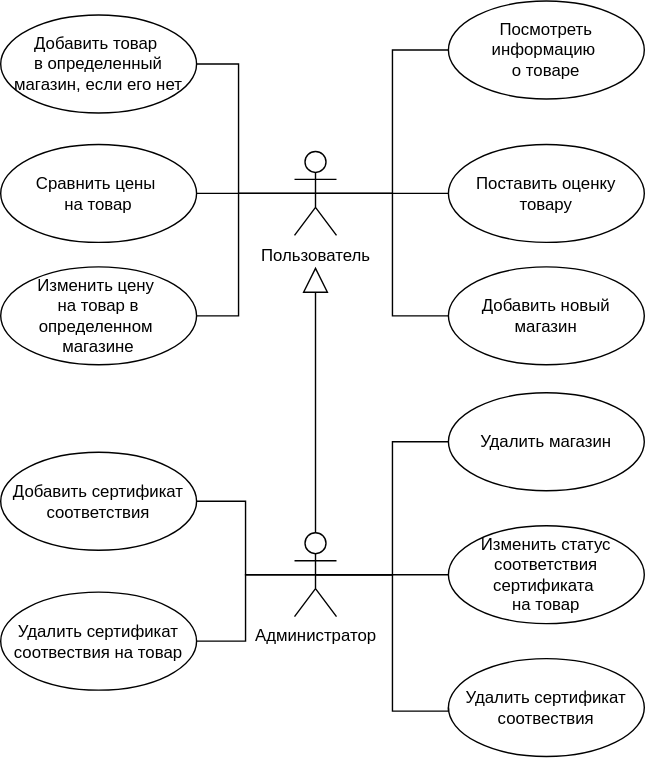
This is docs/coursework/inc/img/use-case-diag.drawio.svg from nikitalystsev/db_course, a draw.io export, as it was before one commit. Source tidied: cells renumbered, new cells last; positions are measured from the earlier drawing's top-left corner, leaving out a move shared by most shapes.
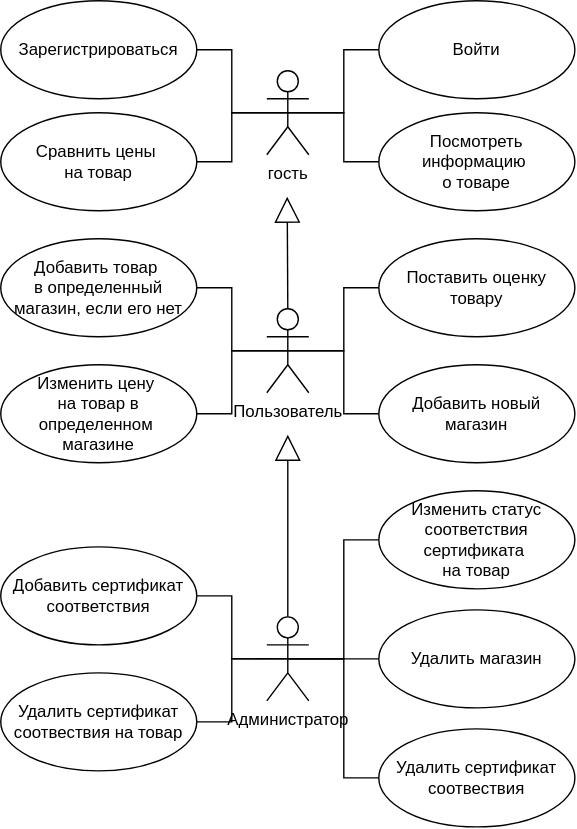
The same file after the commit.

Diff of the diagram source:
```diff
@@ -3,59 +3,40 @@
     <mxCell id="0" />
     <mxCell id="1" parent="0" />
     <mxCell id="2" value="Пользователь" style="shape=umlActor;verticalLabelPosition=bottom;verticalAlign=top;html=1;" parent="1" vertex="1">
-      <mxGeometry x="210" y="107.5" width="30" height="60" as="geometry" />
+      <mxGeometry x="210" y="20" width="30" height="60" as="geometry" />
     </mxCell>
     <mxCell id="3" value="Посмотреть информацию&amp;nbsp;&lt;div&gt;о товаре&lt;/div&gt;" style="ellipse;whiteSpace=wrap;html=1;" parent="1" vertex="1">
-      <mxGeometry x="320" width="140" height="70" as="geometry" />
+      <mxGeometry x="290" y="-120" width="140" height="70" as="geometry" />
     </mxCell>
     <mxCell id="4" value="Сравнить цены&amp;nbsp;&lt;div&gt;на товар&lt;/div&gt;" style="ellipse;whiteSpace=wrap;html=1;" parent="1" vertex="1">
-      <mxGeometry y="102.5" width="140" height="70" as="geometry" />
+      <mxGeometry x="20" y="-120" width="140" height="70" as="geometry" />
     </mxCell>
     <mxCell id="5" value="Поставить оценку&lt;div&gt;товару&lt;/div&gt;" style="ellipse;whiteSpace=wrap;html=1;" parent="1" vertex="1">
-      <mxGeometry x="320" y="102.5" width="140" height="70" as="geometry" />
+      <mxGeometry x="290" y="-30" width="140" height="70" as="geometry" />
     </mxCell>
-    <mxCell id="6" style="endArrow=none;html=1;rounded=0;entryX=1;entryY=0.5;entryDx=0;entryDy=0;exitX=0.5;exitY=0.5;exitDx=0;exitDy=0;exitPerimeter=0;edgeStyle=orthogonalEdgeStyle;" parent="1" edge="1" source="2" target="4">
-      <mxGeometry relative="1" as="geometry" />
-    </mxCell>
     <mxCell id="7" style="endArrow=none;html=1;rounded=0;entryX=0;entryY=0.5;entryDx=0;entryDy=0;exitX=0.5;exitY=0.5;exitDx=0;exitDy=0;exitPerimeter=0;edgeStyle=orthogonalEdgeStyle;" parent="1" edge="1" source="2" target="5">
       <mxGeometry relative="1" as="geometry" />
     </mxCell>
     <mxCell id="8" value="Изменить цену&amp;nbsp;&lt;div&gt;на товар в определенном&amp;nbsp;&lt;div&gt;магазине&lt;/div&gt;&lt;/div&gt;" style="ellipse;whiteSpace=wrap;html=1;" parent="1" vertex="1">
-      <mxGeometry y="190" width="140" height="70" as="geometry" />
+      <mxGeometry x="20" y="60" width="140" height="70" as="geometry" />
     </mxCell>
     <mxCell id="9" value="Добавить товар&amp;nbsp;&lt;div&gt;в определенный&lt;/div&gt;&lt;div&gt;магазин, если его нет&lt;/div&gt;" style="ellipse;whiteSpace=wrap;html=1;" parent="1" vertex="1">
-      <mxGeometry y="10" width="140" height="70" as="geometry" />
+      <mxGeometry x="20" y="-30" width="140" height="70" as="geometry" />
     </mxCell>
     <mxCell id="10" value="Добавить новый магазин" style="ellipse;whiteSpace=wrap;html=1;" parent="1" vertex="1">
-      <mxGeometry x="320" y="190" width="140" height="70" as="geometry" />
+      <mxGeometry x="290" y="60" width="140" height="70" as="geometry" />
     </mxCell>
-    <mxCell id="11" style="endArrow=none;html=1;rounded=0;entryX=1;entryY=0.5;entryDx=0;entryDy=0;exitX=0.5;exitY=0.5;exitDx=0;exitDy=0;exitPerimeter=0;edgeStyle=orthogonalEdgeStyle;" parent="1" edge="1" source="2" target="8">
-      <mxGeometry relative="1" as="geometry">
-        <Array as="points">
-          <mxPoint x="170" y="138" />
-          <mxPoint x="170" y="225" />
-        </Array>
-      </mxGeometry>
-    </mxCell>
-    <mxCell id="12" style="endArrow=none;html=1;rounded=0;entryX=1;entryY=0.5;entryDx=0;entryDy=0;exitX=0.5;exitY=0.5;exitDx=0;exitDy=0;exitPerimeter=0;edgeStyle=orthogonalEdgeStyle;" parent="1" edge="1" source="2" target="9">
-      <mxGeometry relative="1" as="geometry">
-        <Array as="points">
-          <mxPoint x="170" y="138" />
-          <mxPoint x="170" y="45" />
-        </Array>
-      </mxGeometry>
-    </mxCell>
     <mxCell id="13" value="Администратор" style="shape=umlActor;verticalLabelPosition=bottom;verticalAlign=top;html=1;" parent="1" vertex="1">
-      <mxGeometry x="210" y="380" width="30" height="60" as="geometry" />
+      <mxGeometry x="210" y="240" width="30" height="60" as="geometry" />
     </mxCell>
     <mxCell id="14" value="Добавить сертификат&lt;div&gt;соответствия&lt;/div&gt;" style="ellipse;whiteSpace=wrap;html=1;" parent="1" vertex="1">
-      <mxGeometry y="322.5" width="140" height="70" as="geometry" />
+      <mxGeometry x="20" y="190" width="140" height="70" as="geometry" />
     </mxCell>
     <mxCell id="15" value="&lt;div&gt;Удалить сертификат&lt;/div&gt;&lt;div&gt;соотвествия на товар&lt;/div&gt;" style="ellipse;whiteSpace=wrap;html=1;" parent="1" vertex="1">
-      <mxGeometry y="422.5" width="140" height="70" as="geometry" />
+      <mxGeometry x="20" y="280" width="140" height="70" as="geometry" />
     </mxCell>
     <mxCell id="16" value="Удалить магазин" style="ellipse;whiteSpace=wrap;html=1;" parent="1" vertex="1">
-      <mxGeometry x="320" y="280" width="140" height="70" as="geometry" />
+      <mxGeometry x="290" y="235" width="140" height="70" as="geometry" />
     </mxCell>
     <mxCell id="17" style="endArrow=none;html=1;rounded=0;entryX=1;entryY=0.5;entryDx=0;entryDy=0;exitX=0.5;exitY=0.5;exitDx=0;exitDy=0;exitPerimeter=0;edgeStyle=orthogonalEdgeStyle;" parent="1" edge="1" source="13" target="14">
       <mxGeometry relative="1" as="geometry" />
@@ -64,7 +45,7 @@
       <mxGeometry relative="1" as="geometry" />
     </mxCell>
     <mxCell id="19" value="Изменить статус соответствия сертификата&amp;nbsp;&lt;div&gt;на товар&lt;/div&gt;" style="ellipse;whiteSpace=wrap;html=1;" parent="1" vertex="1">
-      <mxGeometry x="320" y="375" width="140" height="70" as="geometry" />
+      <mxGeometry x="290" y="150" width="140" height="70" as="geometry" />
     </mxCell>
     <mxCell id="20" style="endArrow=none;html=1;rounded=0;entryX=0;entryY=0.5;entryDx=0;entryDy=0;exitX=0.5;exitY=0.5;exitDx=0;exitDy=0;exitPerimeter=0;edgeStyle=orthogonalEdgeStyle;" parent="1" edge="1" source="13" target="16">
       <mxGeometry relative="1" as="geometry" />
@@ -74,30 +55,49 @@
     </mxCell>
     <mxCell id="22" style="endArrow=block;endSize=16;endFill=0;html=1;rounded=0;exitX=0.5;exitY=0;exitDx=0;exitDy=0;exitPerimeter=0;" parent="1" edge="1" source="13">
       <mxGeometry relative="1" as="geometry">
-        <mxPoint x="225" y="190" as="targetPoint" />
+        <mxPoint x="225" y="110" as="targetPoint" />
       </mxGeometry>
     </mxCell>
     <mxCell id="23" value="&lt;div&gt;Удалить сертификат&lt;/div&gt;&lt;div&gt;соотвествия&lt;/div&gt;" style="ellipse;whiteSpace=wrap;html=1;" parent="1" vertex="1">
-      <mxGeometry x="320" y="470" width="140" height="70" as="geometry" />
+      <mxGeometry x="290" y="320" width="140" height="70" as="geometry" />
     </mxCell>
-    <mxCell id="24" style="endArrow=none;html=1;rounded=0;entryX=0.5;entryY=0.5;entryDx=0;entryDy=0;entryPerimeter=0;exitX=0;exitY=0.5;exitDx=0;exitDy=0;edgeStyle=orthogonalEdgeStyle;" parent="1" edge="1" source="23" target="13">
-      <mxGeometry relative="1" as="geometry">
-        <Array as="points">
-          <mxPoint x="280" y="507.5" />
-          <mxPoint x="280" y="410.5" />
-        </Array>
-      </mxGeometry>
-    </mxCell>
-    <mxCell id="25" style="endArrow=none;html=1;rounded=0;exitX=0;exitY=0.5;exitDx=0;exitDy=0;edgeStyle=orthogonalEdgeStyle;entryX=0.5;entryY=0.5;entryDx=0;entryDy=0;entryPerimeter=0;" parent="1" edge="1" source="3" target="2">
-      <mxGeometry relative="1" as="geometry">
-        <Array as="points">
-          <mxPoint x="280" y="35" />
-          <mxPoint x="280" y="137" />
-        </Array>
-      </mxGeometry>
-    </mxCell>
     <mxCell id="26" style="endArrow=none;html=1;rounded=0;entryX=0;entryY=0.5;entryDx=0;entryDy=0;exitX=0.5;exitY=0.5;exitDx=0;exitDy=0;exitPerimeter=0;edgeStyle=orthogonalEdgeStyle;" parent="1" edge="1" source="2" target="10">
       <mxGeometry relative="1" as="geometry" />
     </mxCell>
+    <mxCell id="27" value="гость" style="shape=umlActor;verticalLabelPosition=bottom;verticalAlign=top;html=1;outlineConnect=0;" parent="1" vertex="1">
+      <mxGeometry x="210" y="-150" width="30" height="60" as="geometry" />
+    </mxCell>
+    <mxCell id="28" style="endArrow=none;html=1;rounded=0;entryX=1;entryY=0.5;entryDx=0;entryDy=0;exitX=0.5;exitY=0.5;exitDx=0;exitDy=0;exitPerimeter=0;edgeStyle=orthogonalEdgeStyle;" parent="1" edge="1" source="27" target="4">
+      <mxGeometry relative="1" as="geometry" />
+    </mxCell>
+    <mxCell id="29" style="endArrow=none;html=1;rounded=0;entryX=0;entryY=0.5;entryDx=0;entryDy=0;exitX=0.5;exitY=0.5;exitDx=0;exitDy=0;exitPerimeter=0;edgeStyle=orthogonalEdgeStyle;" parent="1" edge="1" source="27" target="3">
+      <mxGeometry relative="1" as="geometry" />
+    </mxCell>
+    <mxCell id="30" style="endArrow=block;endSize=16;endFill=0;html=1;rounded=0;exitX=0.5;exitY=0;exitDx=0;exitDy=0;exitPerimeter=0;" parent="1" edge="1" source="2">
+      <mxGeometry relative="1" as="geometry">
+        <mxPoint x="224.6" y="-60" as="targetPoint" />
+      </mxGeometry>
+    </mxCell>
+    <mxCell id="12" style="endArrow=none;html=1;rounded=0;entryX=1;entryY=0.5;entryDx=0;entryDy=0;exitX=0.5;exitY=0.5;exitDx=0;exitDy=0;exitPerimeter=0;edgeStyle=orthogonalEdgeStyle;" parent="1" edge="1" source="2" target="9">
+      <mxGeometry relative="1" as="geometry" />
+    </mxCell>
+    <mxCell id="31" style="endArrow=none;html=1;rounded=0;entryX=0.5;entryY=0.5;entryDx=0;entryDy=0;entryPerimeter=0;exitX=1;exitY=0.5;exitDx=0;exitDy=0;edgeStyle=orthogonalEdgeStyle;" parent="1" edge="1" source="8" target="2">
+      <mxGeometry relative="1" as="geometry" />
+    </mxCell>
+    <mxCell id="32" style="endArrow=none;html=1;rounded=0;entryX=0;entryY=0.5;entryDx=0;entryDy=0;exitX=0.5;exitY=0.5;exitDx=0;exitDy=0;exitPerimeter=0;edgeStyle=orthogonalEdgeStyle;" parent="1" edge="1" source="13" target="23">
+      <mxGeometry relative="1" as="geometry" />
+    </mxCell>
+    <mxCell id="33" value="Зарегистрироваться" style="ellipse;whiteSpace=wrap;html=1;" parent="1" vertex="1">
+      <mxGeometry x="20" y="-200" width="140" height="70" as="geometry" />
+    </mxCell>
+    <mxCell id="34" value="Войти" style="ellipse;whiteSpace=wrap;html=1;" parent="1" vertex="1">
+      <mxGeometry x="290" y="-200" width="140" height="70" as="geometry" />
+    </mxCell>
+    <mxCell id="35" style="endArrow=none;html=1;rounded=0;entryX=0;entryY=0.5;entryDx=0;entryDy=0;exitX=0.5;exitY=0.5;exitDx=0;exitDy=0;exitPerimeter=0;edgeStyle=orthogonalEdgeStyle;" parent="1" edge="1" source="27" target="34">
+      <mxGeometry relative="1" as="geometry" />
+    </mxCell>
+    <mxCell id="36" style="endArrow=none;html=1;rounded=0;entryX=1;entryY=0.5;entryDx=0;entryDy=0;exitX=0.5;exitY=0.5;exitDx=0;exitDy=0;exitPerimeter=0;edgeStyle=orthogonalEdgeStyle;" parent="1" edge="1" source="27" target="33">
+      <mxGeometry relative="1" as="geometry" />
+    </mxCell>
   </root>
 </mxGraphModel>
```
